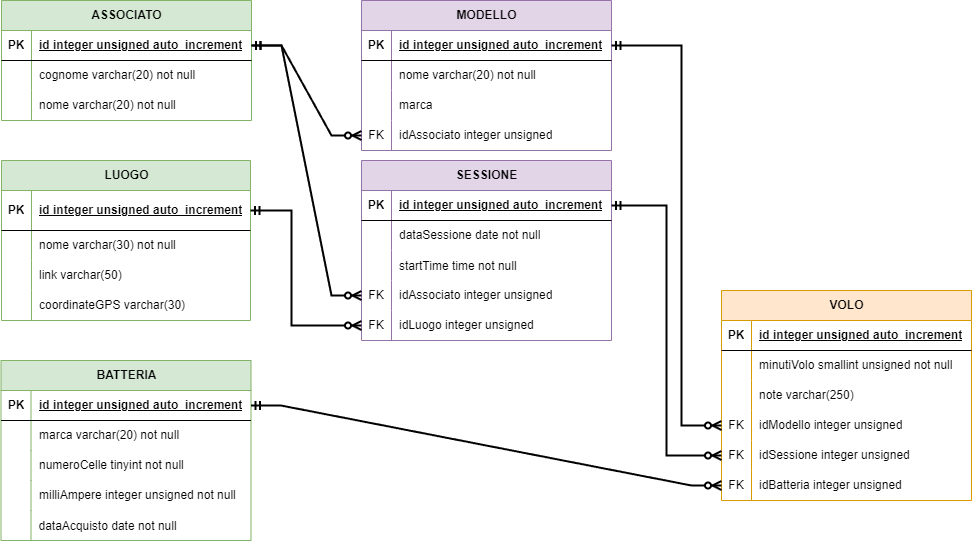
Above: AS_2023_2024/5IA/Informatica/Maggio - StudioEr/CampoVolo.drawio.png in CescoP81/GalileiOstiglia (draw.io), before the change. Source tidied: cells renumbered, new cells last; positions are measured from the earlier drawing's top-left corner, leaving out a move shared by most shapes.
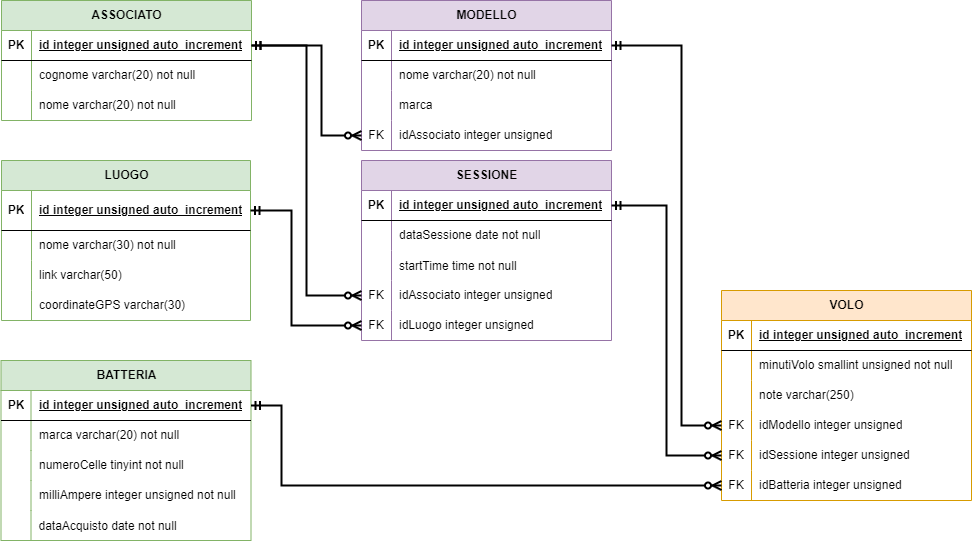
Later version of the same file.

The edit, as a diff of the source:
```diff
@@ -263,10 +263,15 @@
     <mxCell id="88" value="coordinateGPS varchar(30)" style="shape=partialRectangle;fillColor=none;top=0;left=0;bottom=0;right=0;align=left;spacingLeft=6;overflow=hidden;whiteSpace=wrap;html=1;" parent="86" vertex="1">
       <mxGeometry x="30" width="219" height="30" as="geometry" />
     </mxCell>
-    <mxCell id="89" style="edgeStyle=entityRelationEdgeStyle;fontSize=12;html=1;endArrow=ERzeroToMany;startArrow=ERmandOne;rounded=0;exitX=1;exitY=0.5;exitDx=0;exitDy=0;entryX=0;entryY=0.5;entryDx=0;entryDy=0;strokeWidth=2;" parent="1" edge="1" source="3" target="22">
-      <mxGeometry relative="1" as="geometry" />
+    <mxCell id="89" style="edgeStyle=orthogonalEdgeStyle;fontSize=12;html=1;endArrow=ERzeroToMany;startArrow=ERmandOne;rounded=0;exitX=1;exitY=0.5;exitDx=0;exitDy=0;entryX=0;entryY=0.5;entryDx=0;entryDy=0;strokeWidth=2;" parent="1" edge="1" source="3" target="22">
+      <mxGeometry relative="1" as="geometry">
+        <Array as="points">
+          <mxPoint x="320" y="45" />
+          <mxPoint x="320" y="135" />
+        </Array>
+      </mxGeometry>
     </mxCell>
-    <mxCell id="90" style="edgeStyle=entityRelationEdgeStyle;fontSize=12;html=1;endArrow=ERzeroToMany;startArrow=ERmandOne;rounded=0;exitX=1;exitY=0.5;exitDx=0;exitDy=0;entryX=0;entryY=0.5;entryDx=0;entryDy=0;strokeWidth=2;" parent="1" edge="1" source="3" target="70">
+    <mxCell id="90" style="edgeStyle=orthogonalEdgeStyle;fontSize=12;html=1;endArrow=ERzeroToMany;startArrow=ERmandOne;rounded=0;exitX=1;exitY=0.5;exitDx=0;exitDy=0;entryX=0;entryY=0.5;entryDx=0;entryDy=0;strokeWidth=2;" parent="1" edge="1" source="3" target="70">
       <mxGeometry relative="1" as="geometry" />
     </mxCell>
     <mxCell id="91" style="edgeStyle=orthogonalEdgeStyle;fontSize=12;html=1;endArrow=ERzeroToMany;startArrow=ERmandOne;rounded=0;exitX=1;exitY=0.5;exitDx=0;exitDy=0;entryX=0;entryY=0.5;entryDx=0;entryDy=0;strokeWidth=2;" parent="1" edge="1" source="61" target="54">
@@ -280,8 +285,13 @@
         </Array>
       </mxGeometry>
     </mxCell>
-    <mxCell id="93" style="edgeStyle=entityRelationEdgeStyle;fontSize=12;html=1;endArrow=ERzeroToMany;startArrow=ERmandOne;rounded=0;exitX=1;exitY=0.5;exitDx=0;exitDy=0;entryX=0;entryY=0.5;entryDx=0;entryDy=0;strokeWidth=2;" parent="1" edge="1" source="26" target="57">
-      <mxGeometry relative="1" as="geometry" />
+    <mxCell id="93" style="edgeStyle=orthogonalEdgeStyle;fontSize=12;html=1;endArrow=ERzeroToMany;startArrow=ERmandOne;rounded=0;exitX=1;exitY=0.5;exitDx=0;exitDy=0;entryX=0;entryY=0.5;entryDx=0;entryDy=0;strokeWidth=2;" parent="1" edge="1" source="26" target="57">
+      <mxGeometry relative="1" as="geometry">
+        <Array as="points">
+          <mxPoint x="280" y="405" />
+          <mxPoint x="280" y="485" />
+        </Array>
+      </mxGeometry>
     </mxCell>
     <mxCell id="94" style="edgeStyle=orthogonalEdgeStyle;fontSize=12;html=1;endArrow=ERzeroToMany;startArrow=ERmandOne;rounded=0;exitX=1;exitY=0.5;exitDx=0;exitDy=0;strokeWidth=2;entryX=0;entryY=0.5;entryDx=0;entryDy=0;" parent="1" edge="1" source="77" target="73">
       <mxGeometry relative="1" as="geometry">
```
